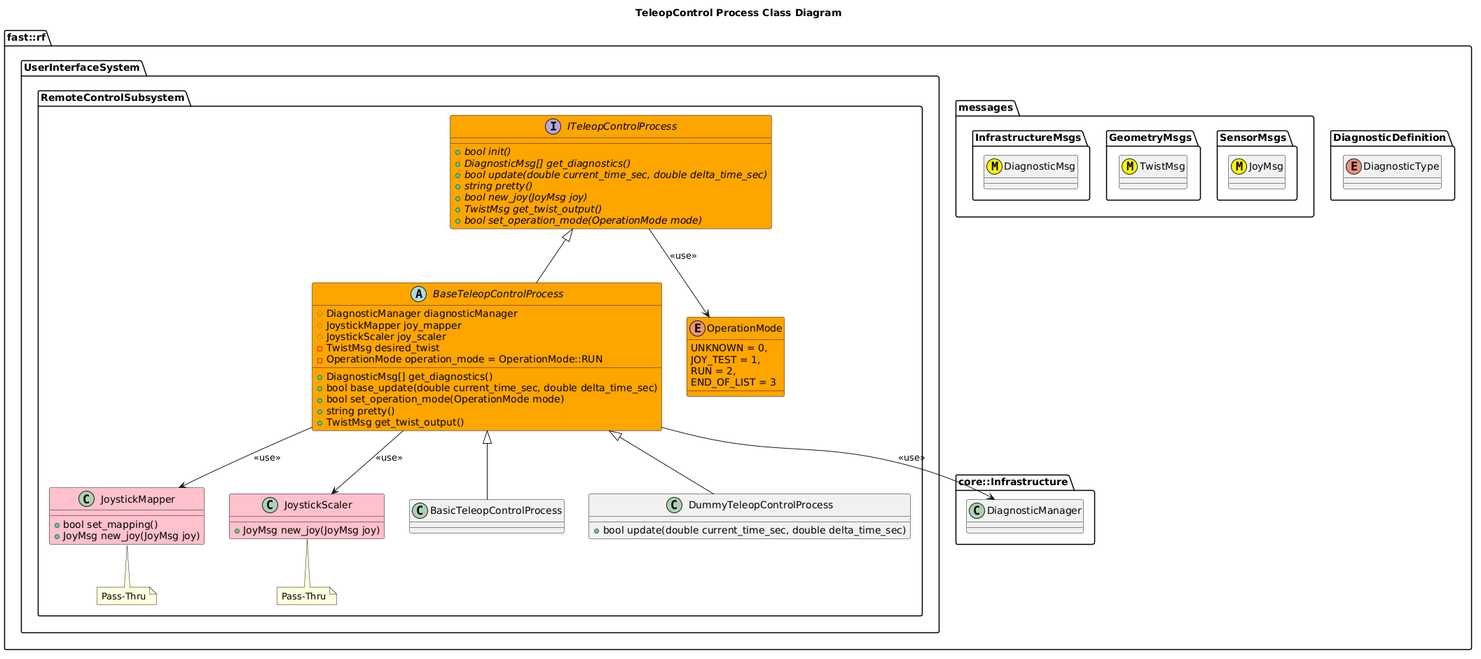
Above: Systems/UserInterface/Subsystems/RemoteControl/Processes/TeleopControl/doc/puml/TeleopControlProcessClassDiagram.png in fastrobotics/robot_framework (PlantUML), before the change.
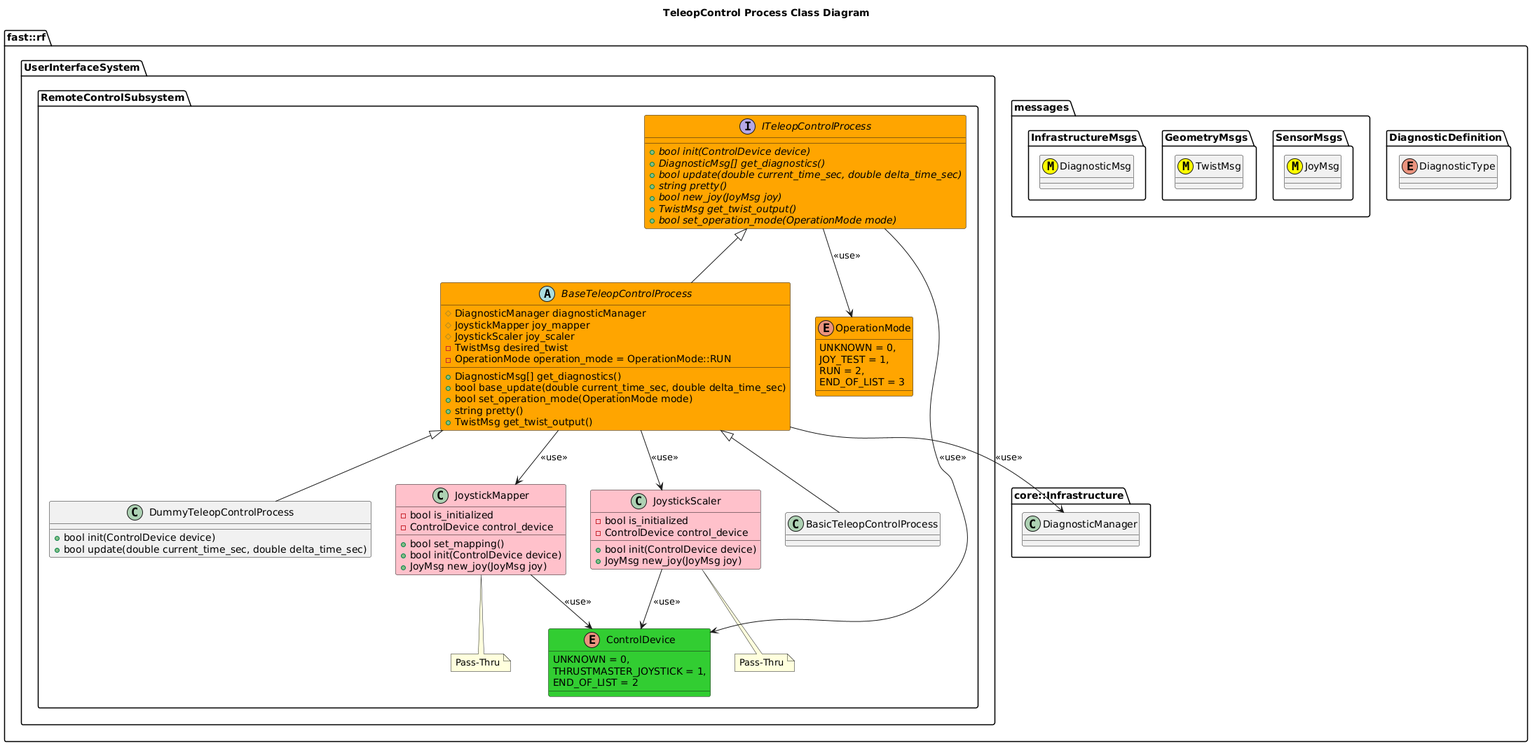
After the change.

What changed in the source:
```diff
@@ -27,8 +27,13 @@
         RUN = 2,
         END_OF_LIST = 3
       }
+      enum ControlDevice #LimeGreen {
+        UNKNOWN = 0,
+        THRUSTMASTER_JOYSTICK = 1,
+        END_OF_LIST = 2
+      }
       interface ITeleopControlProcess #Orange {
-        +{abstract} bool init()
+        +{abstract} bool init(ControlDevice device)
         +{abstract} DiagnosticMsg[] get_diagnostics()
         +{abstract} bool update(double current_time_sec, double delta_time_sec)
         +{abstract} string pretty()
@@ -37,16 +42,25 @@
         +{abstract} bool set_operation_mode(OperationMode mode)
       }
       ITeleopControlProcess --> OperationMode: <<use>>
+      ITeleopControlProcess --> ControlDevice: <<use>>
       class JoystickMapper #Pink {
         +bool set_mapping()
+        +bool init(ControlDevice device)
         +JoyMsg new_joy(JoyMsg joy)
+        -bool is_initialized
+        -ControlDevice control_device
       }
+      JoystickMapper --> ControlDevice: <<use>>
       note bottom of JoystickMapper
         Pass-Thru
       end note
       class JoystickScaler #Pink {
+        +bool init(ControlDevice device)
         +JoyMsg new_joy(JoyMsg joy)
+        -bool is_initialized
+        -ControlDevice control_device
       }
+      JoystickScaler --> ControlDevice: <<use>>
       note bottom of JoystickScaler
         Pass-Thru
       end note
@@ -71,6 +85,7 @@
       class BasicTeleopControlProcess
       BasicTeleopControlProcess -up-|> BaseTeleopControlProcess
       class DummyTeleopControlProcess {
+        +bool init(ControlDevice device)
         +bool update(double current_time_sec, double delta_time_sec)
       }
       DummyTeleopControlProcess -up-|> BaseTeleopControlProcess
```
